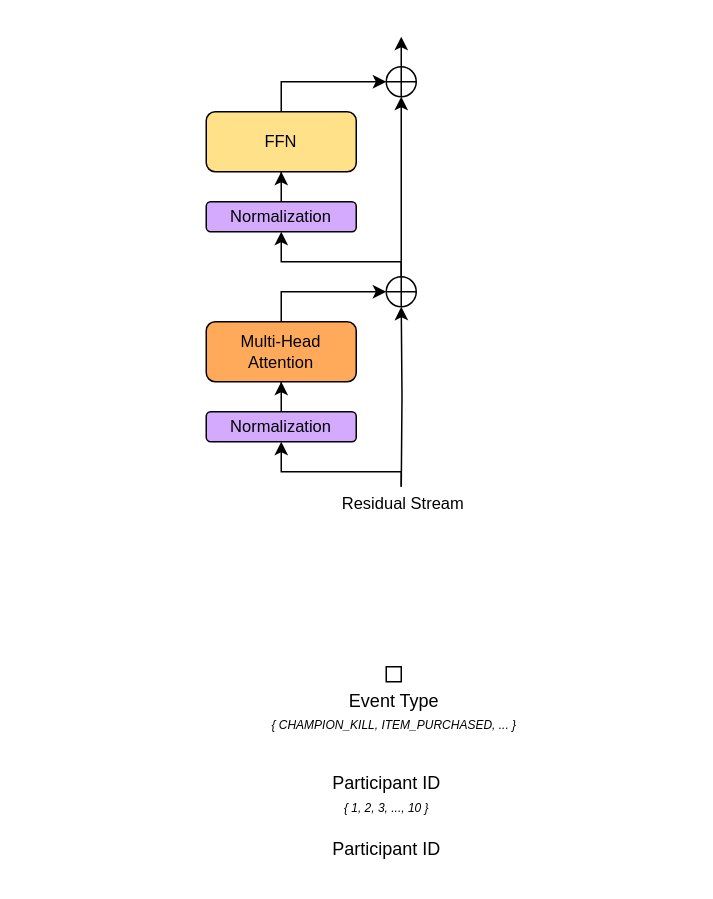
Before: src/gptilt.drawio in gptilt/models, a draw.io diagram. Source tidied: cells renumbered, new cells numbered last; positions are measured from the earlier drawing's top-left corner, leaving out a move shared by most shapes. Both pictures are drawn from the tidied source at 150%, with x=0, y=0 at pixel (206, 36).
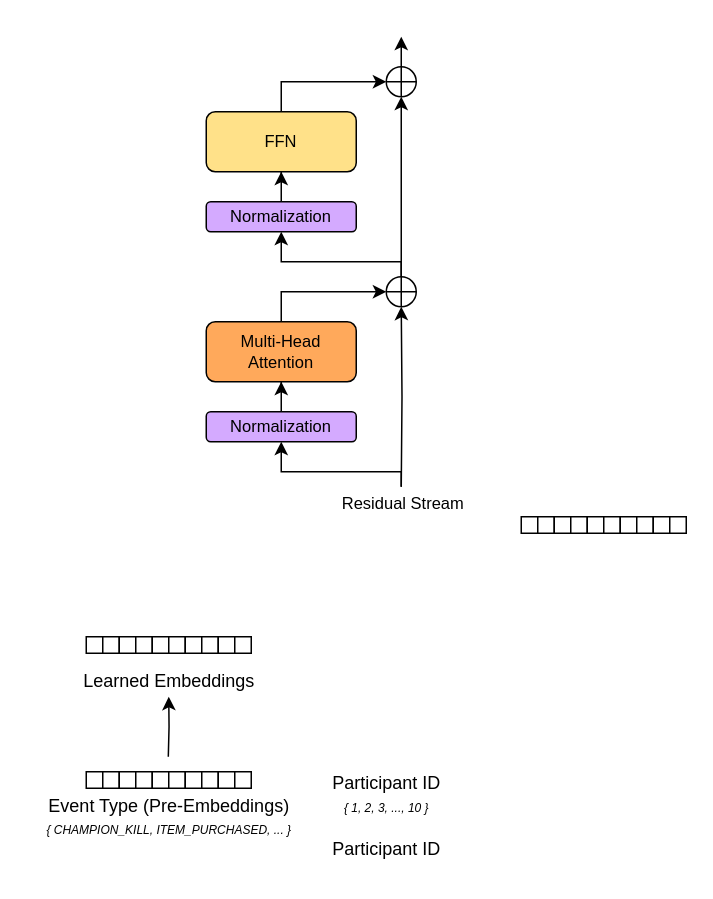
The same diagram, later.

The edit, as a diff of the source:
```diff
@@
-    <mxCell id="18" style="whiteSpace=wrap;html=1;" parent="1" vertex="1">
-      <mxGeometry x="120" y="420" width="10" height="10" as="geometry" />
-    </mxCell>
-    <mxCell id="19" value="Event Type&lt;div&gt;&lt;font style=&quot;font-size: 8px;&quot;&gt;&lt;i style=&quot;&quot;&gt;{ CHAMPION_KILL, ITEM_PURCHASED, ... }&lt;/i&gt;&lt;/font&gt;&lt;/div&gt;" style="text;html=1;align=center;verticalAlign=middle;strokeColor=none;fillColor=none;" parent="1" vertex="1">
-      <mxGeometry x="30" y="430" width="190" height="40" as="geometry" />
-    </mxCell>
@@
+    <mxCell id="22" style="group;" parent="1" vertex="1">
+      <mxGeometry x="-120" y="490" width="190" height="50" as="geometry" />
+    </mxCell>
+    <mxCell id="19" value="Event Type (Pre-Embeddings)&lt;div&gt;&lt;font style=&quot;font-size: 8px;&quot;&gt;&lt;i style=&quot;&quot;&gt;{ CHAMPION_KILL, ITEM_PURCHASED, ... }&lt;/i&gt;&lt;/font&gt;&lt;/div&gt;" style="text;html=1;align=center;verticalAlign=middle;strokeColor=none;fillColor=none;" parent="22" vertex="1">
+      <mxGeometry y="10" width="190" height="40" as="geometry" />
+    </mxCell>
+    <mxCell id="23" style="group;" parent="22" vertex="1">
+      <mxGeometry x="40" width="110" height="20" as="geometry" />
+    </mxCell>
+    <mxCell id="24" style="whiteSpace=wrap;html=1;" parent="23" vertex="1">
+      <mxGeometry width="11" height="11" as="geometry" />
+    </mxCell>
+    <mxCell id="25" style="whiteSpace=wrap;html=1;" parent="23" vertex="1">
+      <mxGeometry x="11" width="11" height="11" as="geometry" />
+    </mxCell>
+    <mxCell id="26" style="whiteSpace=wrap;html=1;" parent="23" vertex="1">
+      <mxGeometry x="22" width="11" height="11" as="geometry" />
+    </mxCell>
+    <mxCell id="27" style="whiteSpace=wrap;html=1;" parent="23" vertex="1">
+      <mxGeometry x="33" width="11" height="11" as="geometry" />
+    </mxCell>
+    <mxCell id="28" style="whiteSpace=wrap;html=1;" parent="23" vertex="1">
+      <mxGeometry x="44" width="11" height="11" as="geometry" />
+    </mxCell>
+    <mxCell id="29" style="whiteSpace=wrap;html=1;" parent="23" vertex="1">
+      <mxGeometry x="55" width="11" height="11" as="geometry" />
+    </mxCell>
+    <mxCell id="30" style="whiteSpace=wrap;html=1;" parent="23" vertex="1">
+      <mxGeometry x="66" width="11" height="11" as="geometry" />
+    </mxCell>
+    <mxCell id="31" style="whiteSpace=wrap;html=1;" parent="23" vertex="1">
+      <mxGeometry x="77" width="11" height="11" as="geometry" />
+    </mxCell>
+    <mxCell id="32" style="whiteSpace=wrap;html=1;" parent="23" vertex="1">
+      <mxGeometry x="88" width="11" height="11" as="geometry" />
+    </mxCell>
+    <mxCell id="33" style="whiteSpace=wrap;html=1;" parent="23" vertex="1">
+      <mxGeometry x="99" width="11" height="11" as="geometry" />
+    </mxCell>
+    <mxCell id="34" style="group;align=center;verticalAlign=middle;" parent="1" vertex="1">
+      <mxGeometry x="210" y="320" width="110" height="20" as="geometry" />
+    </mxCell>
+    <mxCell id="35" style="group;" parent="34" vertex="1">
+      <mxGeometry width="110" height="11" as="geometry" />
+    </mxCell>
+    <mxCell id="36" style="whiteSpace=wrap;html=1;" parent="35" vertex="1">
+      <mxGeometry width="11" height="11" as="geometry" />
+    </mxCell>
+    <mxCell id="37" style="whiteSpace=wrap;html=1;" parent="35" vertex="1">
+      <mxGeometry x="11" width="11" height="11" as="geometry" />
+    </mxCell>
+    <mxCell id="38" style="whiteSpace=wrap;html=1;" parent="35" vertex="1">
+      <mxGeometry x="22" width="11" height="11" as="geometry" />
+    </mxCell>
+    <mxCell id="39" style="whiteSpace=wrap;html=1;" parent="35" vertex="1">
+      <mxGeometry x="33" width="11" height="11" as="geometry" />
+    </mxCell>
+    <mxCell id="40" style="whiteSpace=wrap;html=1;" parent="35" vertex="1">
+      <mxGeometry x="44" width="11" height="11" as="geometry" />
+    </mxCell>
+    <mxCell id="41" style="whiteSpace=wrap;html=1;" parent="35" vertex="1">
+      <mxGeometry x="55" width="11" height="11" as="geometry" />
+    </mxCell>
+    <mxCell id="42" style="whiteSpace=wrap;html=1;" parent="35" vertex="1">
+      <mxGeometry x="66" width="11" height="11" as="geometry" />
+    </mxCell>
+    <mxCell id="43" style="whiteSpace=wrap;html=1;" parent="35" vertex="1">
+      <mxGeometry x="77" width="11" height="11" as="geometry" />
+    </mxCell>
+    <mxCell id="44" style="whiteSpace=wrap;html=1;" parent="35" vertex="1">
+      <mxGeometry x="88" width="11" height="11" as="geometry" />
+    </mxCell>
+    <mxCell id="45" style="whiteSpace=wrap;html=1;" parent="35" vertex="1">
+      <mxGeometry x="99" width="11" height="11" as="geometry" />
+    </mxCell>
+    <mxCell id="46" style="edgeStyle=orthogonalEdgeStyle;rounded=0;orthogonalLoop=1;jettySize=auto;html=1;" parent="1" edge="1">
+      <mxGeometry relative="1" as="geometry">
+        <mxPoint x="-25.3" y="480" as="sourcePoint" />
+        <mxPoint x="-25" y="440" as="targetPoint" />
+      </mxGeometry>
+    </mxCell>
+    <mxCell id="47" style="group;" parent="1" vertex="1">
+      <mxGeometry x="-120" y="400" width="190" height="50" as="geometry" />
+    </mxCell>
+    <mxCell id="48" value="Learned Embeddings" style="text;html=1;align=center;verticalAlign=middle;strokeColor=none;fillColor=none;" parent="47" vertex="1">
+      <mxGeometry x="25" y="15" width="140" height="30" as="geometry" />
+    </mxCell>
+    <mxCell id="49" style="group;" parent="47" vertex="1">
+      <mxGeometry x="40" width="110" height="20" as="geometry" />
+    </mxCell>
+    <mxCell id="50" style="whiteSpace=wrap;html=1;" parent="49" vertex="1">
+      <mxGeometry width="11" height="11" as="geometry" />
+    </mxCell>
+    <mxCell id="51" style="whiteSpace=wrap;html=1;" parent="49" vertex="1">
+      <mxGeometry x="11" width="11" height="11" as="geometry" />
+    </mxCell>
+    <mxCell id="52" style="whiteSpace=wrap;html=1;" parent="49" vertex="1">
+      <mxGeometry x="22" width="11" height="11" as="geometry" />
+    </mxCell>
+    <mxCell id="53" style="whiteSpace=wrap;html=1;" parent="49" vertex="1">
+      <mxGeometry x="33" width="11" height="11" as="geometry" />
+    </mxCell>
+    <mxCell id="54" style="whiteSpace=wrap;html=1;" parent="49" vertex="1">
+      <mxGeometry x="44" width="11" height="11" as="geometry" />
+    </mxCell>
+    <mxCell id="55" style="whiteSpace=wrap;html=1;" parent="49" vertex="1">
+      <mxGeometry x="55" width="11" height="11" as="geometry" />
+    </mxCell>
+    <mxCell id="56" style="whiteSpace=wrap;html=1;" parent="49" vertex="1">
+      <mxGeometry x="66" width="11" height="11" as="geometry" />
+    </mxCell>
+    <mxCell id="57" style="whiteSpace=wrap;html=1;" parent="49" vertex="1">
+      <mxGeometry x="77" width="11" height="11" as="geometry" />
+    </mxCell>
+    <mxCell id="58" style="whiteSpace=wrap;html=1;" parent="49" vertex="1">
+      <mxGeometry x="88" width="11" height="11" as="geometry" />
+    </mxCell>
+    <mxCell id="59" style="whiteSpace=wrap;html=1;" parent="49" vertex="1">
+      <mxGeometry x="99" width="11" height="11" as="geometry" />
+    </mxCell>
```
